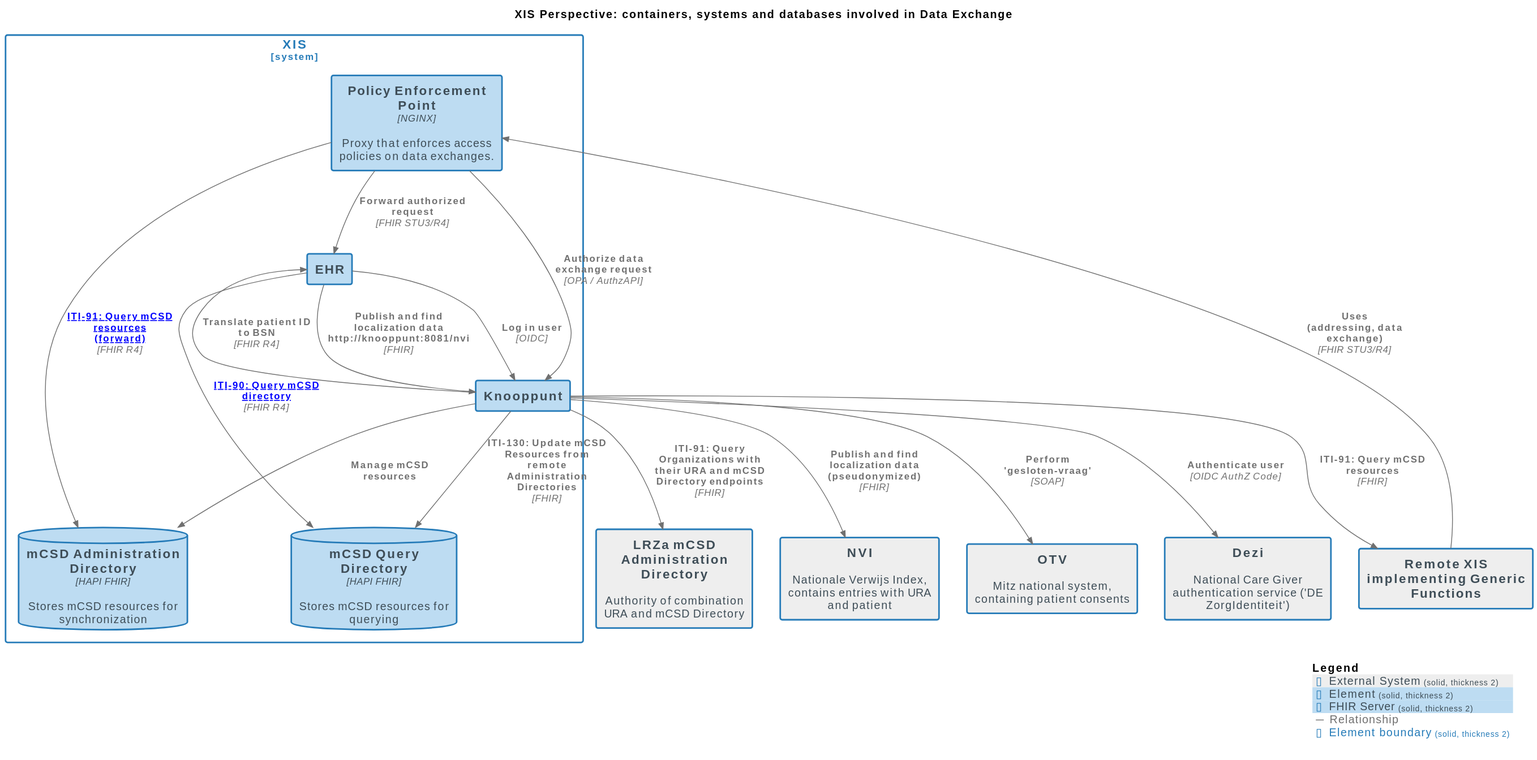
This is docs/images/structurizr-DataExchange_ContainerDiagram.svg from nuts-foundation/nuts-knooppunt, a PlantUML export, as it was before one commit.
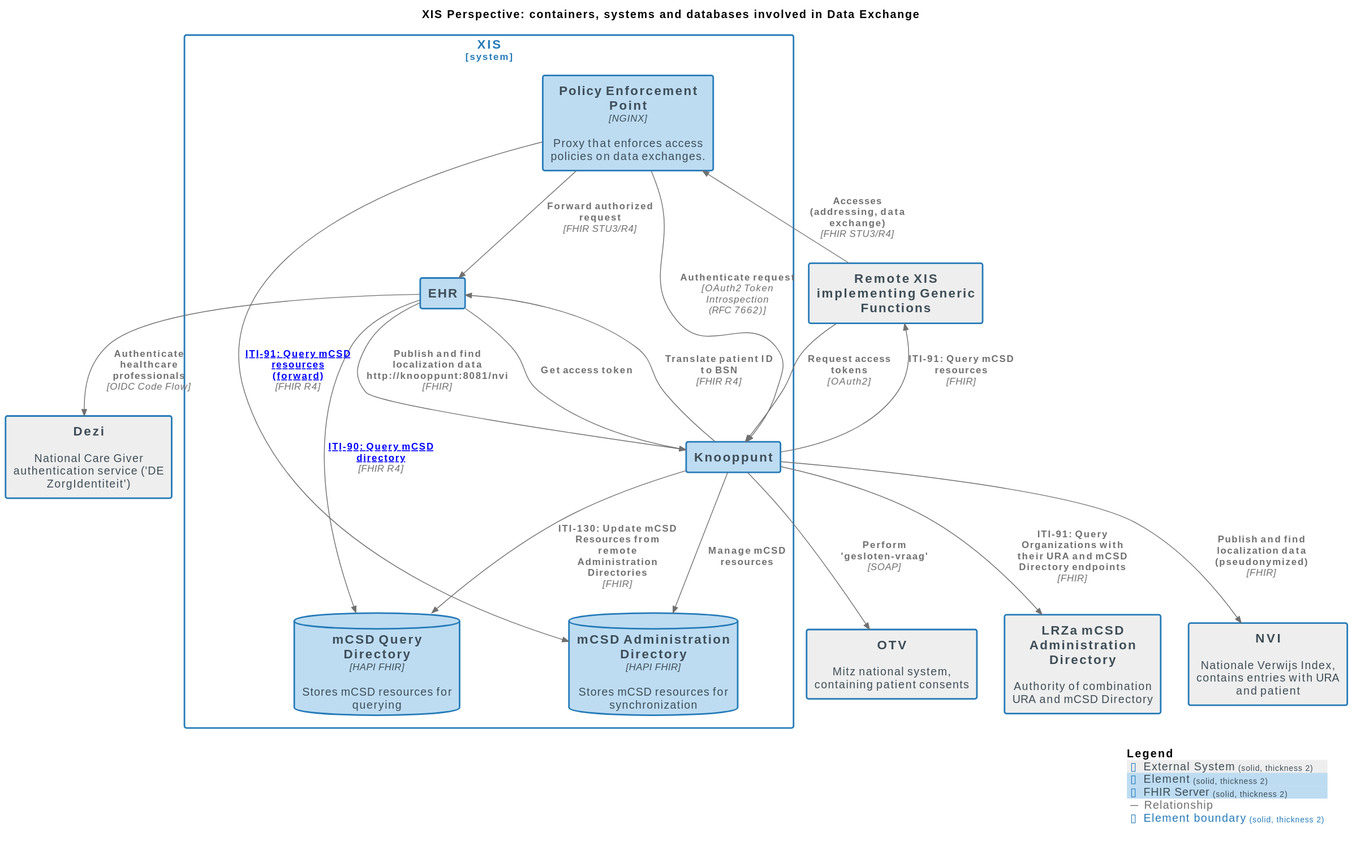
The same file after the commit.

The edit, as a diff of the source:
```diff
@@ -33,17 +33,18 @@
 Rel(XIS.Knooppunt, XIS.mCSDQueryDirectory, "ITI-130: Update mCSD Resources from remote Administration Directories", $techn="FHIR", $tags="Relationship", $link="")
 Rel(XIS.Knooppunt, XIS.mCSDAdministrationDirectory, "Manage mCSD resources", $techn="", $tags="Relationship", $link="")
 Rel(XIS.EHR, XIS.mCSDQueryDirectory, "ITI-90: Query mCSD directory", $techn="FHIR R4", $tags="Relationship", $link="https://profiles.ihe.net/ITI/mCSD/ITI-90.html")
-Rel(RemoteXISimplementingGenericFunctions, XIS.PolicyEnforcementPoint, "Uses\n(addressing, data exchange)", $techn="FHIR STU3/R4", $tags="Relationship", $link="")
+Rel(RemoteXISimplementingGenericFunctions, XIS.PolicyEnforcementPoint, "Accesses\n(addressing, data exchange)", $techn="FHIR STU3/R4", $tags="Relationship", $link="")
 Rel(XIS.PolicyEnforcementPoint, XIS.mCSDAdministrationDirectory, "ITI-91: Query mCSD resources\n(forward)", $techn="FHIR R4", $tags="Relationship", $link="https://profiles.ihe.net/ITI/mCSD/ITI-91.html")
 Rel(XIS.Knooppunt, LRZamCSDAdministrationDirectory, "ITI-91: Query Organizations with their URA and mCSD Directory endpoints", $techn="FHIR", $tags="Relationship", $link="")
 Rel(XIS.Knooppunt, RemoteXISimplementingGenericFunctions, "ITI-91: Query mCSD resources", $techn="FHIR", $tags="Relationship", $link="")
 Rel(XIS.EHR, XIS.Knooppunt, "Publish and find localization data\nhttp://knooppunt:8081/nvi", $techn="FHIR", $tags="Relationship", $link="")
 Rel(XIS.Knooppunt, NVI, "Publish and find localization data\n(pseudonymized)", $techn="FHIR", $tags="Relationship", $link="")
 Rel(XIS.Knooppunt, OTV, "Perform 'gesloten-vraag'", $techn="SOAP", $tags="Relationship", $link="")
-Rel(XIS.EHR, XIS.Knooppunt, "Log in user", $techn="OIDC", $tags="Relationship", $link="")
-Rel(XIS.Knooppunt, Dezi, "Authenticate user", $techn="OIDC AuthZ Code", $tags="Relationship", $link="")
+Rel(XIS.EHR, Dezi, "Authenticate healthcare professionals", $techn="OIDC Code Flow", $tags="Relationship", $link="")
+Rel(XIS.EHR, XIS.Knooppunt, "Get access token", $techn="", $tags="Relationship", $link="")
+Rel(RemoteXISimplementingGenericFunctions, XIS.Knooppunt, "Request access tokens", $techn="OAuth2", $tags="Relationship", $link="")
 Rel(XIS.Knooppunt, XIS.EHR, "Translate patient ID to BSN", $techn="FHIR R4", $tags="Relationship", $link="")
-Rel(XIS.PolicyEnforcementPoint, XIS.Knooppunt, "Authorize data exchange request", $techn="OPA / AuthzAPI", $tags="Relationship", $link="")
+Rel(XIS.PolicyEnforcementPoint, XIS.Knooppunt, "Authenticate request", $techn="OAuth2 Token Introspection\n(RFC 7662)", $tags="Relationship", $link="")
 Rel(XIS.PolicyEnforcementPoint, XIS.EHR, "Forward authorized request", $techn="FHIR STU3/R4", $tags="Relationship", $link="")
 
 SHOW_LEGEND(true)
```
